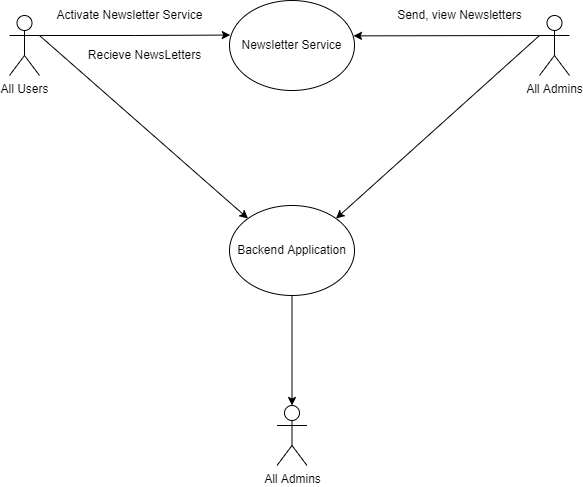
Earlier version of the draw.io export Use case diagram/newsletter.png (mohitleo03/Software-Engineering-Project-Management). Source tidied: cells renumbered, new cells last; positions are measured from the earlier drawing's top-left corner, leaving out a move shared by most shapes.
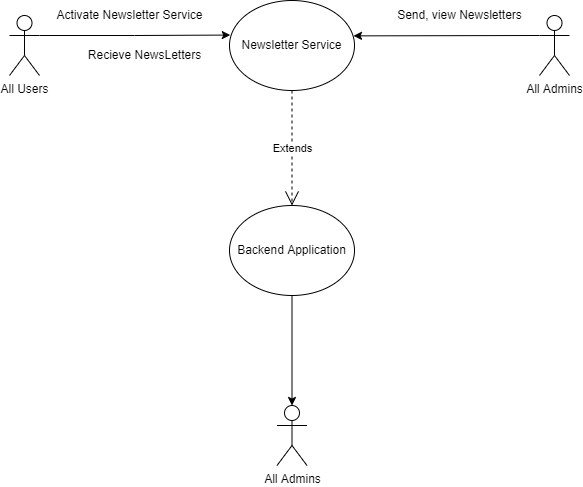
Later version of the same file.

What changed in the source:
```diff
@@ -26,12 +26,6 @@
     <mxCell id="9" style="endArrow=classic;html=1;rounded=0;exitX=0;exitY=0.3333333333333333;exitDx=0;exitDy=0;exitPerimeter=0;entryX=0.992;entryY=0.393;entryDx=0;entryDy=0;entryPerimeter=0;" parent="1" edge="1" source="5" target="2">
       <mxGeometry relative="1" as="geometry" />
     </mxCell>
-    <mxCell id="10" style="endArrow=classic;html=1;rounded=0;exitX=1;exitY=0.3333333333333333;exitDx=0;exitDy=0;exitPerimeter=0;entryX=0;entryY=0;entryDx=0;entryDy=0;" parent="1" edge="1" source="4" target="7">
-      <mxGeometry relative="1" as="geometry" />
-    </mxCell>
-    <mxCell id="11" style="endArrow=classic;html=1;rounded=0;exitX=0;exitY=0.3333333333333333;exitDx=0;exitDy=0;exitPerimeter=0;entryX=1;entryY=0;entryDx=0;entryDy=0;" parent="1" edge="1" source="5" target="7">
-      <mxGeometry relative="1" as="geometry" />
-    </mxCell>
     <mxCell id="12" value="Activate Newsletter Service" style="text;html=1;align=center;verticalAlign=middle;strokeColor=none;fillColor=none;" parent="1" vertex="1">
       <mxGeometry x="40" y="5" width="160" height="20" as="geometry" />
     </mxCell>
@@ -41,5 +35,8 @@
     <mxCell id="14" value="Send, view Newsletters" style="text;html=1;align=center;verticalAlign=middle;strokeColor=none;fillColor=none;" parent="1" vertex="1">
       <mxGeometry x="380" y="5" width="140" height="20" as="geometry" />
     </mxCell>
+    <mxCell id="15" value="Extends" style="endArrow=open;endSize=12;dashed=1;html=1;rounded=0;exitX=0.5;exitY=1;exitDx=0;exitDy=0;entryX=0.5;entryY=0;entryDx=0;entryDy=0;" parent="1" edge="1" source="2" target="7">
+      <mxGeometry relative="1" as="geometry" />
+    </mxCell>
   </root>
 </mxGraphModel>
```
